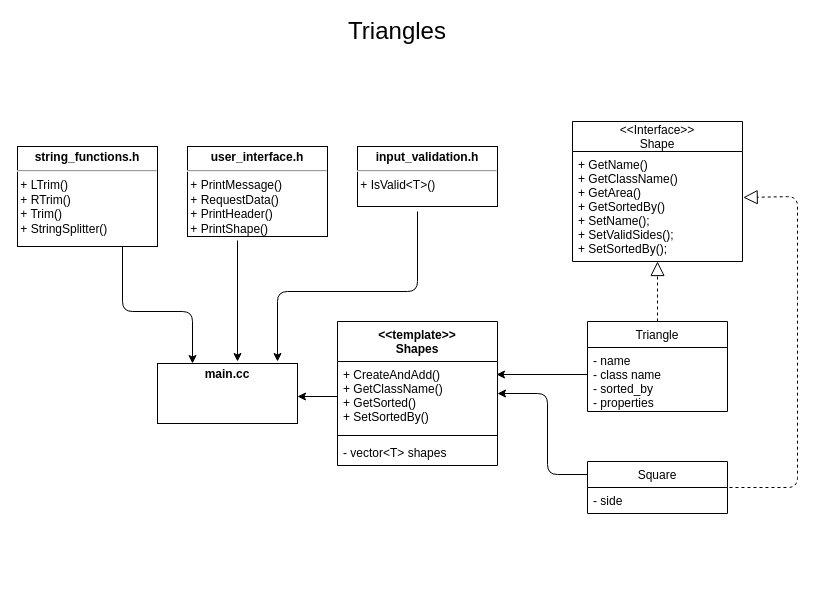
Above: triangles/triangles.drawio in akolechko/SSET (draw.io), before the change. Source tidied: cells renumbered, new cells numbered last; positions are measured from the earlier drawing's top-left corner, leaving out a move shared by most shapes. Both pictures are drawn from the tidied source at 100%, with x=0, y=0 at pixel (17, 21).
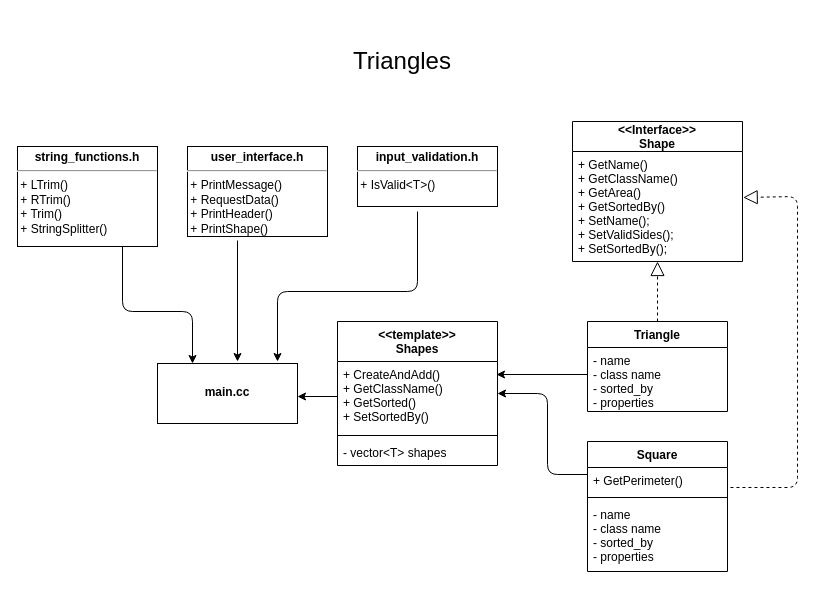
The same page after the edit.

Unchanged cells that the change refers to:
```xml
<mxCell id="16" value="+ GetName()&#10;+ GetClassName()&#10;+ GetArea()&#10;+ GetSortedBy() &#10;+ SetName();&#10;+ SetValidSides();&#10;+ SetSortedBy();" style="text;strokeColor=none;fillColor=none;align=left;verticalAlign=top;spacingLeft=4;spacingRight=4;overflow=hidden;points=[[0,0.5],[1,0.5]];portConstraint=eastwest;" parent="15" vertex="1">
  <mxGeometry y="30" width="170" height="110" as="geometry" />
</mxCell>
```

Diff of the diagram source:
```diff
@@
     <mxCell id="2" value="&lt;font style=&quot;font-size: 24px&quot;&gt;Triangles&lt;/font&gt;" style="text;html=1;strokeColor=none;fillColor=none;align=center;verticalAlign=middle;whiteSpace=wrap;rounded=0;" parent="1" vertex="1">
-      <mxGeometry x="360" width="40" height="20" as="geometry" />
+      <mxGeometry x="365" y="30" width="40" height="20" as="geometry" />
     </mxCell>
-    <mxCell id="3" value="Triangle" style="swimlane;fontStyle=0;horizontal=1;startSize=26;fillColor=none;" parent="1" vertex="1">
+    <mxCell id="3" value="Triangle" style="swimlane;fontStyle=1;horizontal=1;startSize=26;fillColor=none;" parent="1" vertex="1">
       <mxGeometry x="570" y="300" width="140" height="90" as="geometry" />
     </mxCell>
@@
-    <mxCell id="10" value="Square" style="swimlane;fontStyle=0;horizontal=1;startSize=26;fillColor=none;" parent="1" vertex="1">
-      <mxGeometry x="570" y="440" width="140" height="52" as="geometry" />
-    </mxCell>
-    <mxCell id="11" value="- side" style="text;strokeColor=none;fillColor=none;align=left;verticalAlign=top;spacingLeft=4;spacingRight=4;overflow=hidden;points=[[0,0.5],[1,0.5]];portConstraint=eastwest;" parent="10" vertex="1">
-      <mxGeometry y="26" width="140" height="26" as="geometry" />
-    </mxCell>
-    <mxCell id="12" style="endArrow=block;dashed=1;endFill=0;endSize=12;html=1;exitX=1.014;exitY=0;exitDx=0;exitDy=0;exitPerimeter=0;entryX=1.004;entryY=0.418;entryDx=0;entryDy=0;entryPerimeter=0;" parent="1" edge="1" source="11" target="16">
+    <mxCell id="12" style="endArrow=block;dashed=1;endFill=0;endSize=12;html=1;entryX=1.004;entryY=0.418;entryDx=0;entryDy=0;entryPerimeter=0;exitX=1.021;exitY=0.769;exitDx=0;exitDy=0;exitPerimeter=0;" parent="1" edge="1" source="25" target="16">
       <mxGeometry relative="1" as="geometry">
         <Array as="points">
           <mxPoint x="780" y="466" />
           <mxPoint x="780" y="280" />
           <mxPoint x="780" y="175" />
         </Array>
       </mxGeometry>
     </mxCell>
-    <mxCell id="13" style="endArrow=classic;html=1;exitX=0;exitY=0.25;exitDx=0;exitDy=0;" parent="1" edge="1" source="10">
+    <mxCell id="13" style="endArrow=classic;html=1;" parent="1" edge="1">
       <mxGeometry relative="1" as="geometry">
+        <mxPoint x="570" y="453" as="sourcePoint" />
         <mxPoint x="480" y="372" as="targetPoint" />
         <Array as="points">
           <mxPoint x="530" y="453" />
           <mxPoint x="530" y="372" />
         </Array>
       </mxGeometry>
     </mxCell>
@@
-    <mxCell id="15" value="&lt;&lt;Interface&gt;&gt;&#10;Shape" style="swimlane;fontStyle=0;horizontal=1;startSize=30;fillColor=none;" parent="1" vertex="1">
+    <mxCell id="15" value="&lt;&lt;Interface&gt;&gt;&#10;Shape" style="swimlane;fontStyle=1;horizontal=1;startSize=30;fillColor=none;" parent="1" vertex="1">
       <mxGeometry x="555" y="100" width="170" height="140" as="geometry" />
     </mxCell>
@@
-    <mxCell id="20" value="&lt;p style=&quot;margin: 0px ; margin-top: 4px ; text-align: center&quot;&gt;&lt;b&gt;main.cc&lt;/b&gt;&lt;/p&gt;" style="verticalAlign=top;align=left;overflow=fill;fontSize=12;fontFamily=Helvetica;html=1;" parent="1" vertex="1">
+    <mxCell id="20" value="&lt;p style=&quot;margin: 0px ; margin-top: 4px ; text-align: center&quot;&gt;&lt;b&gt;&lt;br&gt;&lt;/b&gt;&lt;/p&gt;&lt;p style=&quot;margin: 0px ; margin-top: 4px ; text-align: center&quot;&gt;&lt;b&gt;main.cc&lt;/b&gt;&lt;/p&gt;" style="verticalAlign=top;align=left;overflow=fill;fontSize=12;fontFamily=Helvetica;html=1;" parent="1" vertex="1">
       <mxGeometry x="140" y="342" width="140" height="60" as="geometry" />
     </mxCell>
@@
+    <mxCell id="10" value="Square" style="swimlane;fontStyle=1;align=center;verticalAlign=top;horizontal=1;startSize=26;" parent="1" vertex="1">
+      <mxGeometry x="570" y="420" width="140" height="130" as="geometry" />
+    </mxCell>
+    <mxCell id="25" value="+ GetPerimeter()" style="text;strokeColor=none;fillColor=none;align=left;verticalAlign=top;spacingLeft=4;spacingRight=4;overflow=hidden;points=[[0,0.5],[1,0.5]];portConstraint=eastwest;" parent="10" vertex="1">
+      <mxGeometry y="26" width="140" height="26" as="geometry" />
+    </mxCell>
+    <mxCell id="26" style="line;strokeWidth=1;fillColor=none;align=left;verticalAlign=middle;spacingTop=-1;spacingLeft=3;spacingRight=3;labelPosition=right;" parent="10" vertex="1">
+      <mxGeometry y="52" width="140" height="8" as="geometry" />
+    </mxCell>
+    <mxCell id="27" value="- name&#10;- class name&#10;- sorted_by&#10;- properties" style="text;strokeColor=none;fillColor=none;align=left;verticalAlign=top;spacingLeft=4;spacingRight=4;overflow=hidden;" parent="10" vertex="1">
+      <mxGeometry y="60" width="140" height="70" as="geometry" />
+    </mxCell>
```
